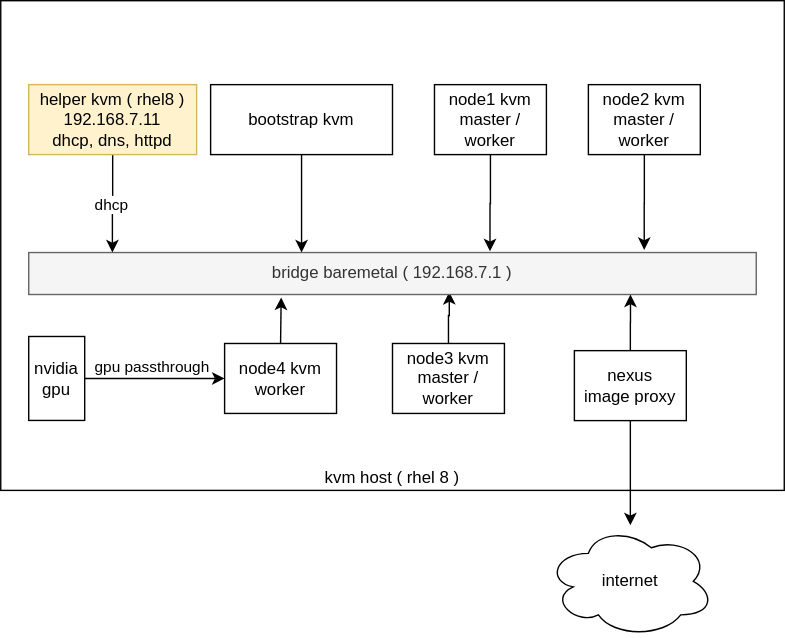
The draw.io diagram redhat/ocp4/4.6/dia/4.6.bm.upi.3node.drawio.svg in wangzheng422/docker_env, before a commit. Source tidied: cells renumbered, new cells last; positions are measured from the earlier drawing's top-left corner, leaving out a move shared by most shapes.
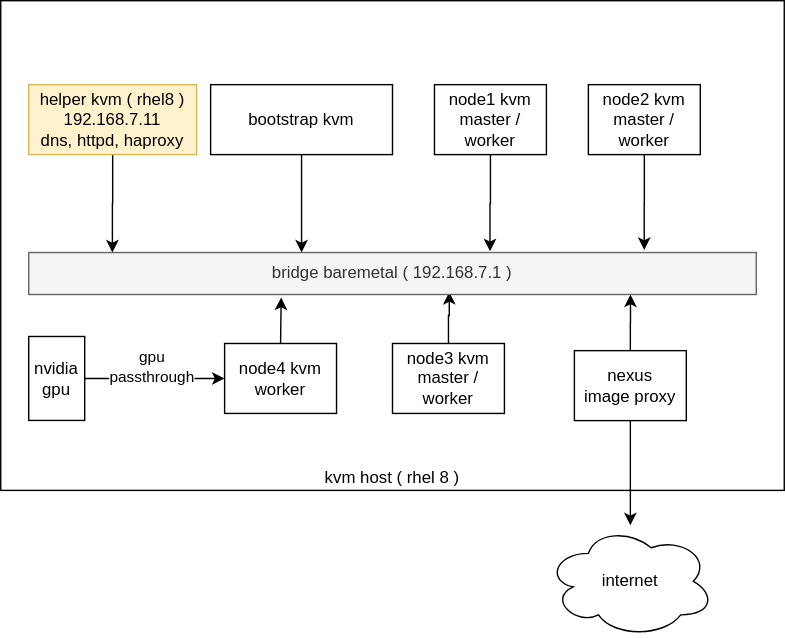
After the commit.

Commit message:
edge gpu

Diff of the diagram source:
```diff
@@ -8,7 +8,7 @@
     <mxCell id="3" style="edgeStyle=orthogonalEdgeStyle;rounded=0;jettySize=auto;html=1;entryX=0;entryY=0.5;entryDx=0;entryDy=0;" parent="1" edge="1" source="5" target="20">
       <mxGeometry relative="1" as="geometry" />
     </mxCell>
-    <mxCell id="4" value="gpu passthrough" style="edgeLabel;html=1;align=center;verticalAlign=middle;" parent="3" vertex="1">
+    <mxCell id="4" value="gpu &lt;br&gt;passthrough" style="edgeLabel;html=1;align=center;verticalAlign=middle;" parent="3" vertex="1">
       <mxGeometry x="-0.06" y="2" relative="1" as="geometry">
         <mxPoint y="-7" as="offset" />
       </mxGeometry>
@@ -29,10 +29,7 @@
     <mxCell id="10" style="edgeStyle=orthogonalEdgeStyle;rounded=0;jettySize=auto;html=1;entryX=0.115;entryY=0;entryDx=0;entryDy=0;entryPerimeter=0;" parent="8" edge="1" source="12" target="9">
       <mxGeometry relative="1" as="geometry" />
     </mxCell>
-    <mxCell id="11" value="dhcp" style="edgeLabel;html=1;align=center;verticalAlign=middle;" parent="10" vertex="1">
-      <mxGeometry x="0.02" y="-1" relative="1" as="geometry" />
-    </mxCell>
-    <mxCell id="12" value="helper kvm ( rhel8 )&lt;br&gt;192.168.7.11&lt;br&gt;dhcp, dns, httpd" style="rounded=0;whiteSpace=wrap;html=1;fillColor=#fff2cc;strokeColor=#d6b656;" parent="8" vertex="1">
+    <mxCell id="12" value="helper kvm ( rhel8 )&lt;br&gt;192.168.7.11&lt;br&gt;dns, httpd, haproxy" style="rounded=0;whiteSpace=wrap;html=1;fillColor=#fff2cc;strokeColor=#d6b656;" parent="8" vertex="1">
       <mxGeometry x="20" y="60" width="120" height="50" as="geometry" />
     </mxCell>
     <mxCell id="13" style="edgeStyle=orthogonalEdgeStyle;rounded=0;jettySize=auto;html=1;" parent="8" edge="1" source="14">
```
